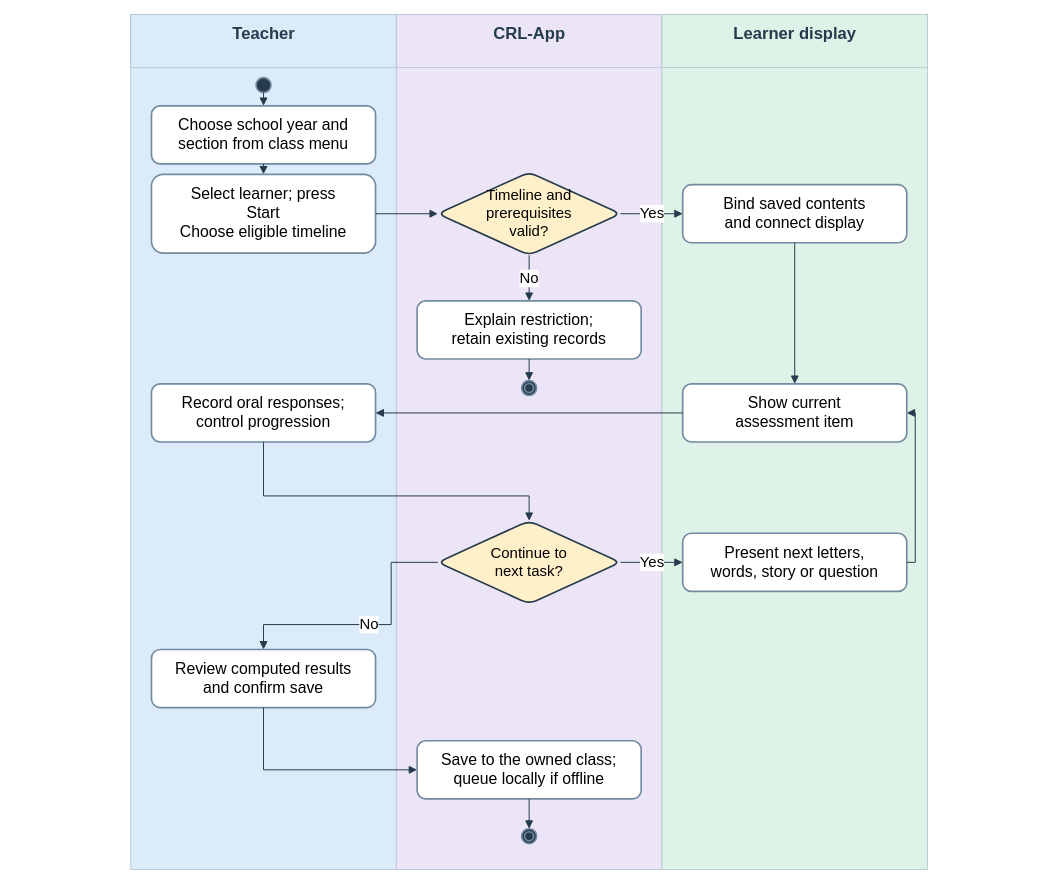
Above: docs/diagrams/class-workspaces/figure-08-assessment.drawio in AkuSayangKamuJudaSayang/crl-app (draw.io), before the change. Source tidied: cells renumbered, new cells numbered last; positions are measured from the earlier drawing's top-left corner, leaving out a move shared by most shapes. Both pictures are drawn from the tidied source at 83%, with x=0, y=0 at pixel (14, 14).
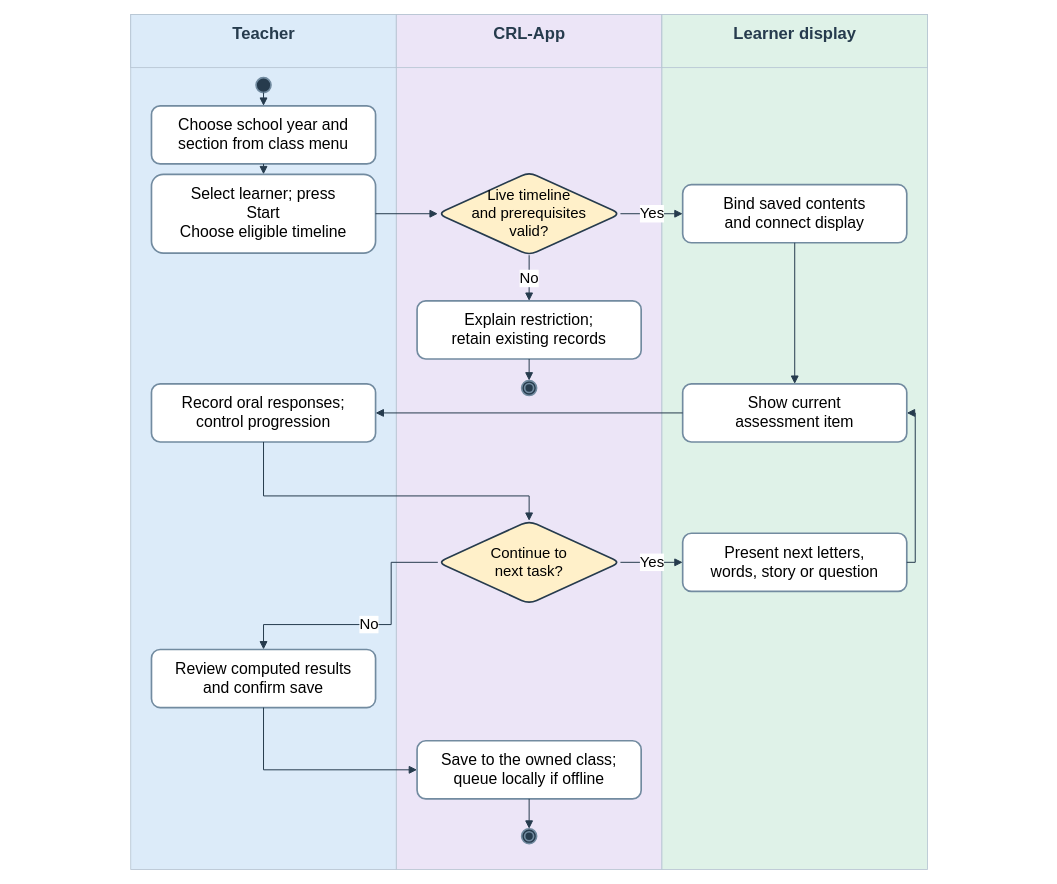
The same page after the edit.

The edit, as a diff of the source:
```diff
@@
-    <mxCell id="14" value="Timeline and&lt;br&gt;prerequisites&lt;br&gt;valid?" style="rounded=1;whiteSpace=wrap;html=1;fontFamily=Arial;fillColor=#ffffff;strokeColor=#728ba0;strokeWidth=2;fontSize=19;shape=rhombus;strokeColor=#263b4d;fillColor=#fff0c9;fontSize=18;" parent="1" vertex="1">
+    <mxCell id="14" value="Live timeline&lt;br&gt;and prerequisites&lt;br&gt;valid?" style="rounded=1;whiteSpace=wrap;html=1;fontFamily=Arial;fillColor=#ffffff;strokeColor=#728ba0;strokeWidth=2;fontSize=19;shape=rhombus;strokeColor=#263b4d;fillColor=#fff0c9;fontSize=18;" parent="1" vertex="1">
       <mxGeometry x="510" y="190" width="220" height="100" as="geometry" />
     </mxCell>
```
